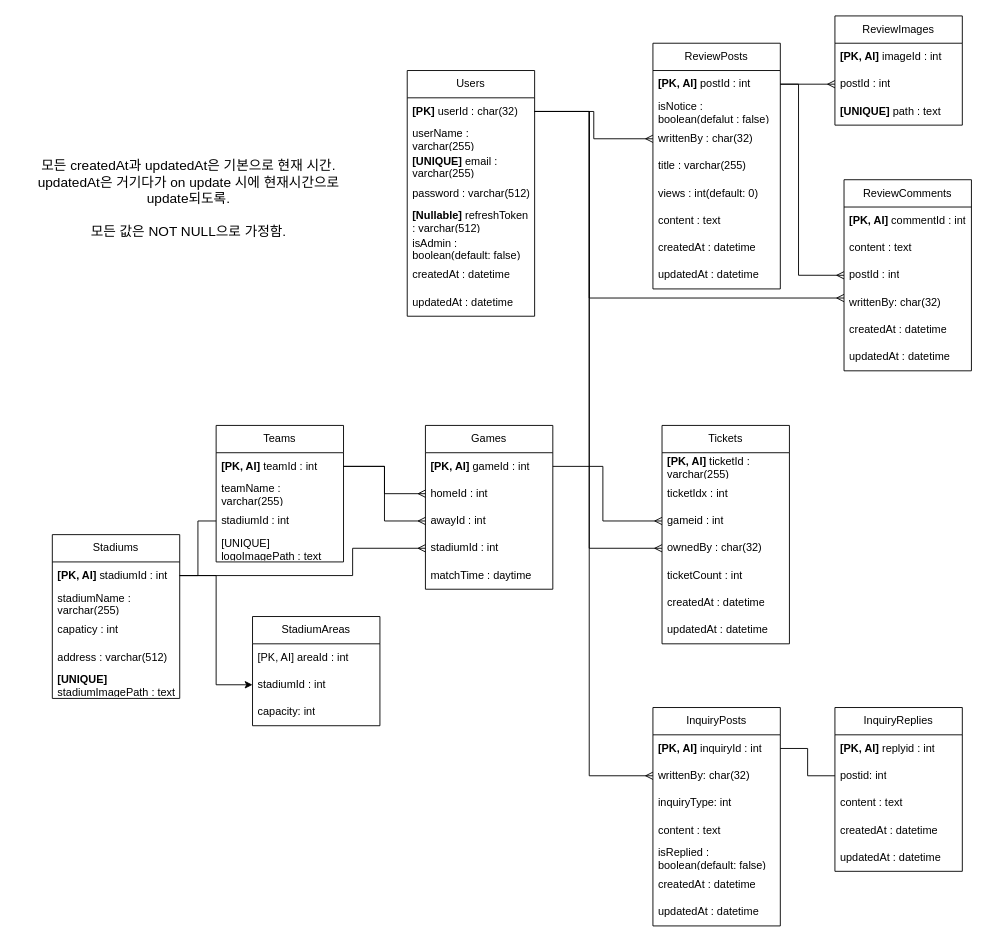
Earlier version of the draw.io diagram 제목 없는 다이어그램.drawio (fudoge/koreaticket-server). Source tidied: cells renumbered, new cells numbered last; positions are measured from the earlier drawing's top-left corner, leaving out a move shared by most shapes. Both pictures are drawn from the tidied source at 91%, with x=0, y=0 at pixel (15, 15).
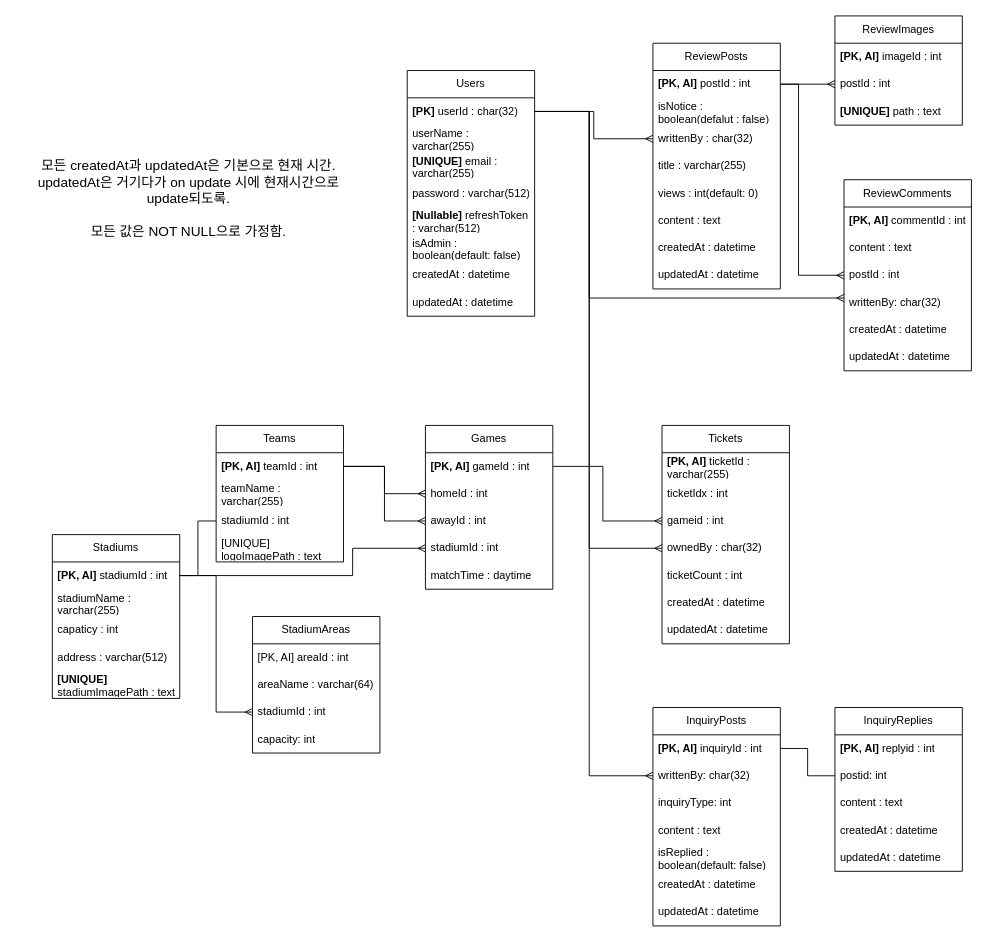
Above is the later version.

Commit message:
ERD - 구역에 areaName추가

Unchanged cells that the change refers to:
```xml
<mxCell id="52" value="&lt;b&gt;[PK, AI]&lt;/b&gt; stadiumId : int" style="text;strokeColor=none;fillColor=none;align=left;verticalAlign=middle;spacingLeft=4;spacingRight=4;overflow=hidden;points=[[0,0.5],[1,0.5]];portConstraint=eastwest;whiteSpace=wrap;html=1;" parent="51" vertex="1">
  <mxGeometry y="30" width="140" height="30" as="geometry" />
</mxCell>
```

What changed in the source:
```diff
@@
     <mxCell id="83" value="StadiumAreas" style="swimlane;fontStyle=0;horizontal=1;startSize=30;whiteSpace=wrap;html=1;" parent="1" vertex="1">
-      <mxGeometry x="260" y="660" width="140" height="120" as="geometry" />
+      <mxGeometry x="260" y="660" width="140" height="150" as="geometry" />
     </mxCell>
@@
+    <mxCell id="88" value="areaName : varchar(64)" style="text;strokeColor=none;fillColor=none;align=left;verticalAlign=middle;spacingLeft=4;spacingRight=4;overflow=hidden;whiteSpace=wrap;html=1;" parent="83" vertex="1">
+      <mxGeometry y="60" width="140" height="30" as="geometry" />
+    </mxCell>
     <mxCell id="85" value="stadiumId : int" style="text;strokeColor=none;fillColor=none;align=left;verticalAlign=middle;spacingLeft=4;spacingRight=4;overflow=hidden;points=[[0,0.5],[1,0.5]];portConstraint=eastwest;whiteSpace=wrap;html=1;" parent="83" vertex="1">
-      <mxGeometry y="60" width="140" height="30" as="geometry" />
+      <mxGeometry y="90" width="140" height="30" as="geometry" />
     </mxCell>
     <mxCell id="86" value="capacity: int" style="text;strokeColor=none;fillColor=none;align=left;verticalAlign=middle;spacingLeft=4;spacingRight=4;overflow=hidden;whiteSpace=wrap;html=1;" parent="83" vertex="1">
-      <mxGeometry y="90" width="140" height="30" as="geometry" />
+      <mxGeometry y="120" width="140" height="30" as="geometry" />
     </mxCell>
-    <mxCell id="87" style="edgeStyle=orthogonalEdgeStyle;rounded=0;jettySize=auto;html=1;exitX=1;exitY=0.5;exitDx=0;exitDy=0;entryX=0;entryY=0.5;entryDx=0;entryDy=0;" parent="1" edge="1" source="52" target="85">
+    <mxCell id="87" style="edgeStyle=orthogonalEdgeStyle;rounded=0;jettySize=auto;html=1;exitX=1;exitY=0.5;exitDx=0;exitDy=0;entryX=0;entryY=0.5;entryDx=0;entryDy=0;endArrow=ERmany;endFill=0;" parent="1" edge="1" source="52" target="85">
       <mxGeometry relative="1" as="geometry" />
     </mxCell>
```
